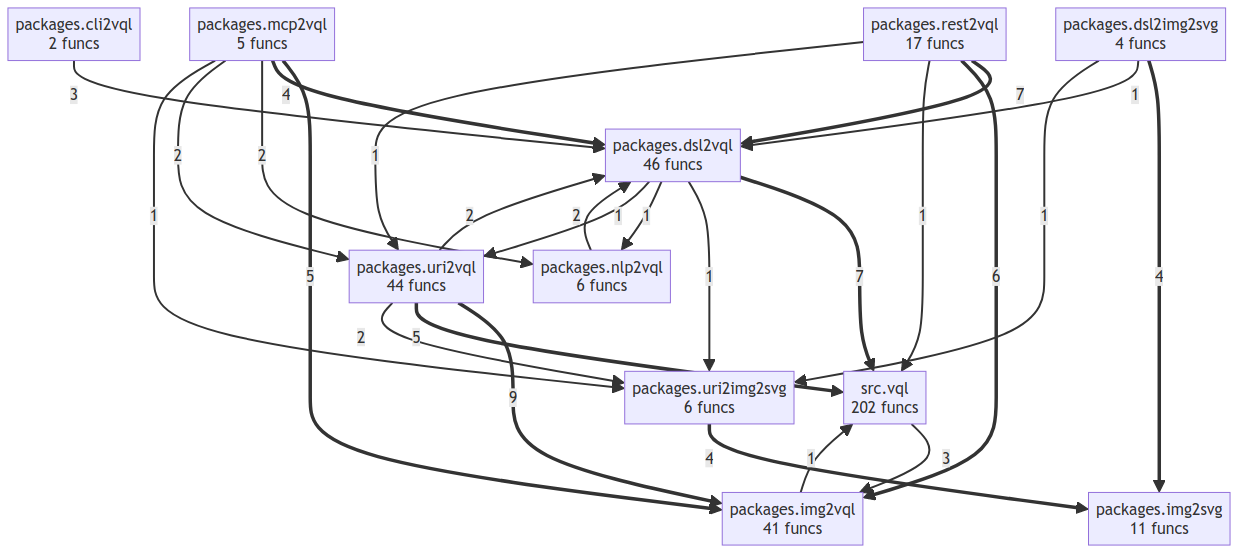
Above: project/compact_flow.png in oqlos/vql (Mermaid), before the change. Its source is kept beside it as project/compact_flow.mmd.
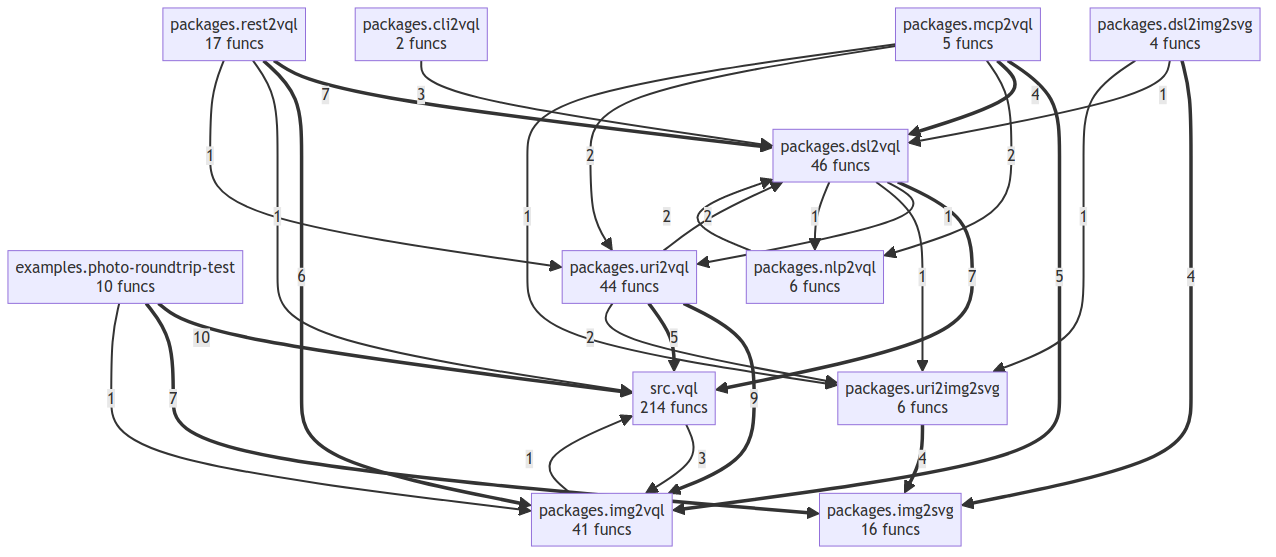
After the change.

What changed in the source:
```diff
@@ -1,37 +1,41 @@
 flowchart TD
+    examples__photo_roundtrip_test["examples.photo-roundtrip-test<br/>10 funcs"]
     packages__cli2vql["packages.cli2vql<br/>2 funcs"]
     packages__dsl2img2svg["packages.dsl2img2svg<br/>4 funcs"]
     packages__dsl2vql["packages.dsl2vql<br/>46 funcs"]
-    packages__img2svg["packages.img2svg<br/>11 funcs"]
+    packages__img2svg["packages.img2svg<br/>16 funcs"]
     packages__img2vql["packages.img2vql<br/>41 funcs"]
     packages__mcp2vql["packages.mcp2vql<br/>5 funcs"]
     packages__nlp2vql["packages.nlp2vql<br/>6 funcs"]
     packages__rest2vql["packages.rest2vql<br/>17 funcs"]
     packages__uri2img2svg["packages.uri2img2svg<br/>6 funcs"]
     packages__uri2vql["packages.uri2vql<br/>44 funcs"]
-    src__vql["src.vql<br/>202 funcs"]
+    src__vql["src.vql<br/>214 funcs"]
+    examples__photo_roundtrip_test ==>|10| src__vql
     packages__uri2vql ==>|9| packages__img2vql
     packages__dsl2vql ==>|7| src__vql
     packages__rest2vql ==>|7| packages__dsl2vql
+    examples__photo_roundtrip_test ==>|7| packages__img2svg
     packages__rest2vql ==>|6| packages__img2vql
+    packages__mcp2vql ==>|5| packages__img2vql
     packages__uri2vql ==>|5| src__vql
-    packages__mcp2vql ==>|5| packages__img2vql
+    packages__uri2img2svg ==>|4| packages__img2svg
     packages__mcp2vql ==>|4| packages__dsl2vql
     packages__dsl2img2svg ==>|4| packages__img2svg
-    packages__uri2img2svg ==>|4| packages__img2svg
     packages__cli2vql -->|3| packages__dsl2vql
     src__vql -->|3| packages__img2vql
+    packages__mcp2vql -->|2| packages__nlp2vql
+    packages__mcp2vql -->|2| packages__uri2vql
     packages__uri2vql -->|2| packages__uri2img2svg
     packages__uri2vql -->|2| packages__dsl2vql
     packages__nlp2vql -->|2| packages__dsl2vql
-    packages__mcp2vql -->|2| packages__nlp2vql
-    packages__mcp2vql -->|2| packages__uri2vql
+    packages__dsl2vql -->|1| packages__uri2vql
     packages__dsl2vql -->|1| packages__uri2img2svg
     packages__dsl2vql -->|1| packages__nlp2vql
-    packages__dsl2vql -->|1| packages__uri2vql
     packages__mcp2vql -->|1| packages__uri2img2svg
+    packages__rest2vql -->|1| src__vql
+    packages__rest2vql -->|1| packages__uri2vql
     packages__dsl2img2svg -->|1| packages__dsl2vql
     packages__dsl2img2svg -->|1| packages__uri2img2svg
     packages__img2vql -->|1| src__vql
-    packages__rest2vql -->|1| src__vql
-    packages__rest2vql -->|1| packages__uri2vql
+    examples__photo_roundtrip_test -->|1| packages__img2vql
```
